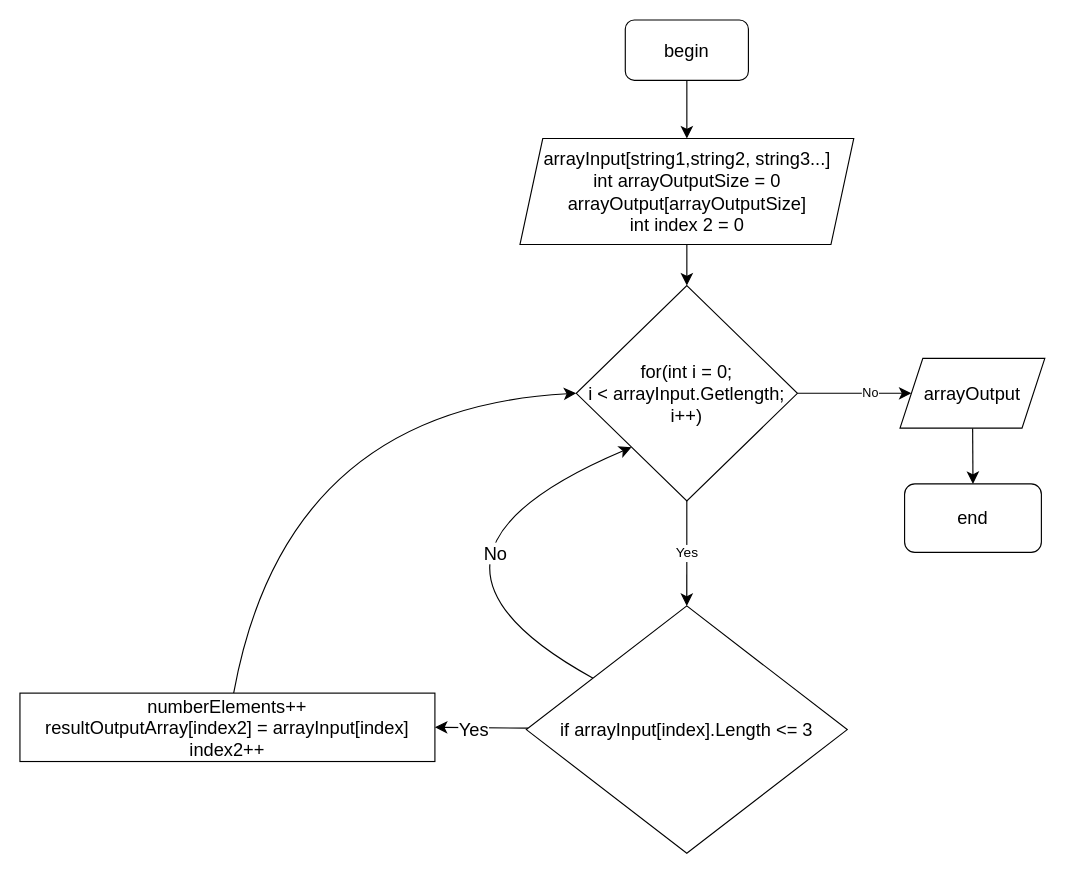
Above: diogram.drawio in KochuginKirill/ITOG_work (draw.io), before the change. Source tidied: cells renumbered, new cells numbered last; positions are measured from the earlier drawing's top-left corner, leaving out a move shared by most shapes. Both pictures are drawn from the tidied source at 114%, with x=0, y=0 at pixel (19, 19).
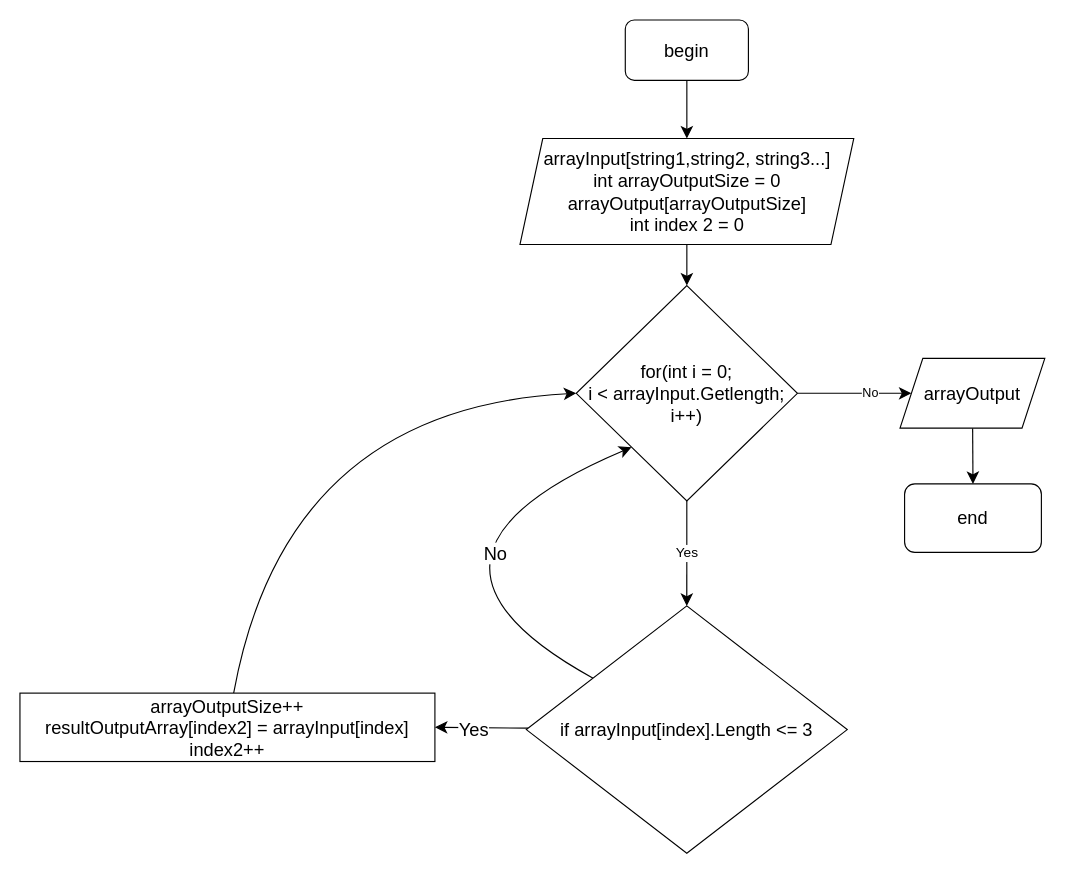
Above is the later version.

Commit message:
another diagram correction

Diff of the diagram source:
```diff
@@
-    <mxCell id="16" value="&lt;div&gt;numberElements++&lt;/div&gt;&lt;div&gt;resultOutputArray[index2] = arrayInput[index]&lt;/div&gt;&lt;div&gt;index2++&lt;/div&gt;" style="rounded=0;whiteSpace=wrap;html=1;fontSize=16;" parent="1" vertex="1">
+    <mxCell id="16" value="arrayOutputSize&lt;span style=&quot;background-color: initial;&quot;&gt;++&lt;/span&gt;&lt;br&gt;&lt;div&gt;resultOutputArray[index2] = arrayInput[index]&lt;/div&gt;&lt;div&gt;index2++&lt;/div&gt;" style="rounded=0;whiteSpace=wrap;html=1;fontSize=16;" parent="1" vertex="1">
       <mxGeometry y="590.5" width="364" height="60" as="geometry" />
     </mxCell>
```
